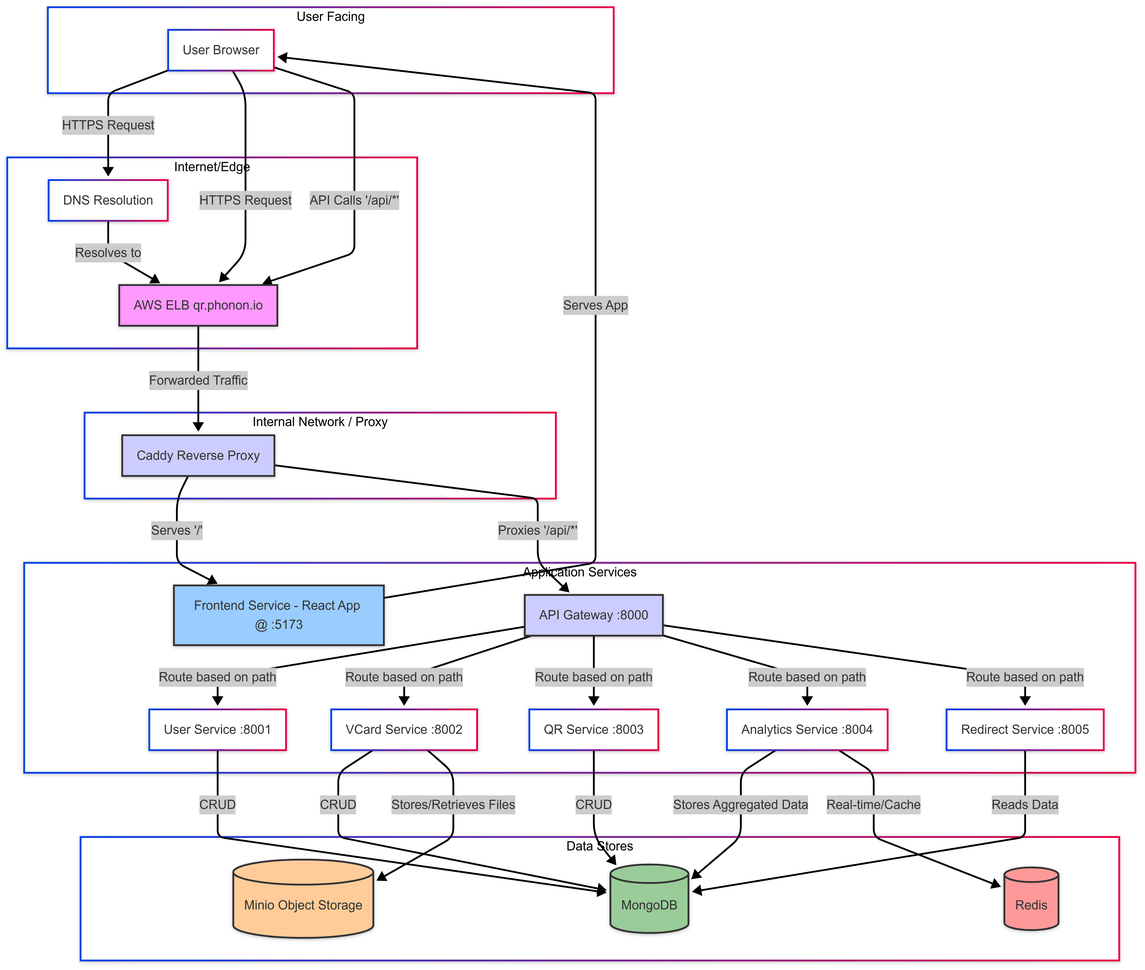
The Mermaid diagram docs/Architecture Diagrams/Architecture_Staging.png in raghavsar/trackable_qr_code_project, before a commit. Its source is kept beside it as docs/Architecture Diagrams/Architecture_Staging.mmd. The source it was exported from:
```mermaid
graph TD
    subgraph User Facing
        User[User Browser]
    end

    subgraph Internet/Edge
        DNS[DNS Resolution]
        ELB[AWS ELB qr.phonon.io]
    end

    subgraph Internal Network / Proxy
        Caddy[Caddy Reverse Proxy]
    end

    subgraph Application Services
        Frontend[Frontend Service - React App @ :5173]
        APIGateway[API Gateway :8000]
        UserService[User Service :8001]
        VCardService[VCard Service :8002]
        QRService[QR Service :8003]
        AnalyticsService[Analytics Service :8004]
        RedirectService[Redirect Service :8005]
    end

    subgraph Data Stores
        MongoDB[(MongoDB)]
        Redis[(Redis)]
        Minio[(Minio Object Storage)]
    end

    User -- "HTTPS Request" --> DNS
    DNS -- "Resolves to" --> ELB
    User -- "HTTPS Request" --> ELB

    ELB -- "Forwarded Traffic" --> Caddy

    Caddy -- "Serves '/'" --> Frontend
    Caddy -- "Proxies '/api/*'" --> APIGateway

    Frontend -- "Serves App" --> User
    User -- "API Calls '/api/*'" --> ELB

    APIGateway -- "Route based on path" --> UserService
    APIGateway -- "Route based on path" --> VCardService
    APIGateway -- "Route based on path" --> QRService
    APIGateway -- "Route based on path" --> AnalyticsService
    APIGateway -- "Route based on path" --> RedirectService

    UserService -- CRUD --> MongoDB
    VCardService -- CRUD --> MongoDB
    VCardService -- "Stores/Retrieves Files" --> Minio
    QRService -- CRUD --> MongoDB
    AnalyticsService -- "Stores Aggregated Data" --> MongoDB
    AnalyticsService -- "Real-time/Cache" --> Redis
    RedirectService -- "Reads Data" --> MongoDB

    style ELB fill:#f9f,stroke:#333,stroke-width:2px
    style Caddy fill:#ccf,stroke:#333,stroke-width:2px
    style APIGateway fill:#ccf,stroke:#333,stroke-width:2px
    style Frontend fill:#9cf,stroke:#333,stroke-width:2px
    style MongoDB fill:#9c9,stroke:#333,stroke-width:2px
    style Redis fill:#f99,stroke:#333,stroke-width:2px
    style Minio fill:#fc9,stroke:#333,stroke-width:2px
```
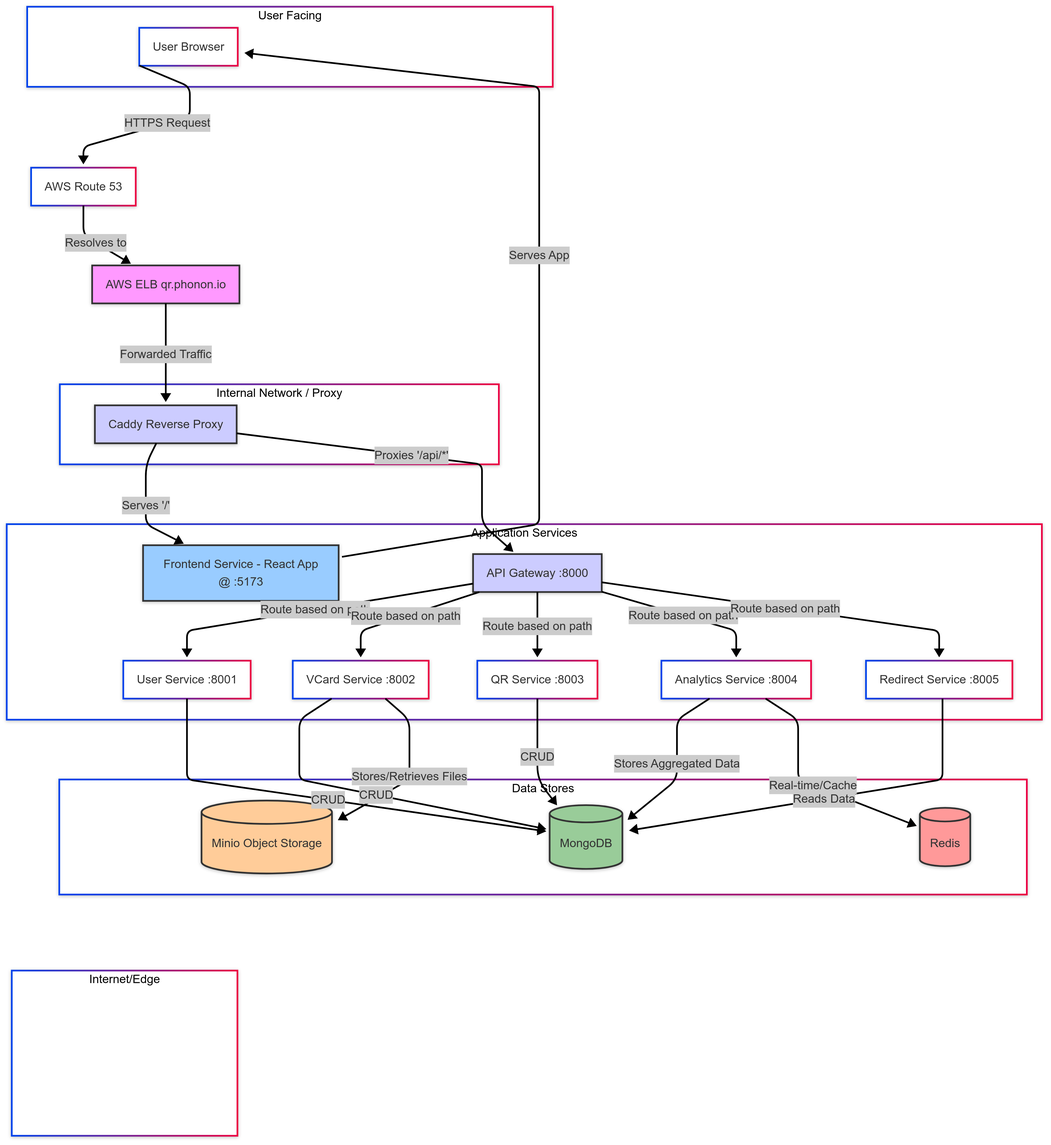
After the change.

Commit message:
Architecture Diagrams #3

Change to the diagram source:
```diff
@@ -1,63 +1,50 @@
-graph TD
-    subgraph User Facing
-        User[User Browser]
-    end
-
-    subgraph Internet/Edge
-        DNS[DNS Resolution]
-        ELB[AWS ELB qr.phonon.io]
-    end
-
-    subgraph Internal Network / Proxy
-        Caddy[Caddy Reverse Proxy]
-    end
-
-    subgraph Application Services
-        Frontend[Frontend Service - React App @ :5173]
-        APIGateway[API Gateway :8000]
-        UserService[User Service :8001]
-        VCardService[VCard Service :8002]
-        QRService[QR Service :8003]
-        AnalyticsService[Analytics Service :8004]
-        RedirectService[Redirect Service :8005]
-    end
-
-    subgraph Data Stores
-        MongoDB[(MongoDB)]
-        Redis[(Redis)]
-        Minio[(Minio Object Storage)]
-    end
-
-    User -- "HTTPS Request" --> DNS
-    DNS -- "Resolves to" --> ELB
-    User -- "HTTPS Request" --> ELB
-
-    ELB -- "Forwarded Traffic" --> Caddy
-
-    Caddy -- "Serves '/'" --> Frontend
-    Caddy -- "Proxies '/api/*'" --> APIGateway
-
-    Frontend -- "Serves App" --> User
-    User -- "API Calls '/api/*'" --> ELB
-
-    APIGateway -- "Route based on path" --> UserService
-    APIGateway -- "Route based on path" --> VCardService
-    APIGateway -- "Route based on path" --> QRService
-    APIGateway -- "Route based on path" --> AnalyticsService
-    APIGateway -- "Route based on path" --> RedirectService
-
+---
+config:
+  layout: fixed
+---
+flowchart TD
+ subgraph subGraph0["User Facing"]
+        User["User Browser"]
+  end
+ subgraph s1["Internet/Edge"]
+        DNS["AWS Route 53"]
+        ELB["AWS ELB qr.phonon.io"]
+  end
+ subgraph subGraph2["Internal Network / Proxy"]
+        Caddy["Caddy Reverse Proxy"]
+  end
+ subgraph subGraph3["Application Services"]
+        Frontend["Frontend Service - React App @ :5173"]
+        APIGateway["API Gateway :8000"]
+        UserService["User Service :8001"]
+        VCardService["VCard Service :8002"]
+        QRService["QR Service :8003"]
+        AnalyticsService["Analytics Service :8004"]
+        RedirectService["Redirect Service :8005"]
+  end
+ subgraph subGraph4["Data Stores"]
+        MongoDB[("MongoDB")]
+        Redis[("Redis")]
+        Minio[("Minio Object Storage")]
+  end
+    User -- HTTPS Request --> DNS
+    DNS -- Resolves to --> ELB
+    ELB -- Forwarded Traffic --> Caddy
+    Caddy -- Serves '/' --> Frontend
+    Caddy -- Proxies '/api/*' --> APIGateway
+    Frontend -- Serves App --> User
+    APIGateway -- Route based on path --> UserService & VCardService & QRService & AnalyticsService & RedirectService
     UserService -- CRUD --> MongoDB
     VCardService -- CRUD --> MongoDB
-    VCardService -- "Stores/Retrieves Files" --> Minio
+    VCardService -- Stores/Retrieves Files --> Minio
     QRService -- CRUD --> MongoDB
-    AnalyticsService -- "Stores Aggregated Data" --> MongoDB
+    AnalyticsService -- Stores Aggregated Data --> MongoDB
     AnalyticsService -- "Real-time/Cache" --> Redis
-    RedirectService -- "Reads Data" --> MongoDB
-
+    RedirectService -- Reads Data --> MongoDB
     style ELB fill:#f9f,stroke:#333,stroke-width:2px
     style Caddy fill:#ccf,stroke:#333,stroke-width:2px
+    style Frontend fill:#9cf,stroke:#333,stroke-width:2px
     style APIGateway fill:#ccf,stroke:#333,stroke-width:2px
-    style Frontend fill:#9cf,stroke:#333,stroke-width:2px
     style MongoDB fill:#9c9,stroke:#333,stroke-width:2px
     style Redis fill:#f99,stroke:#333,stroke-width:2px
     style Minio fill:#fc9,stroke:#333,stroke-width:2px
```
